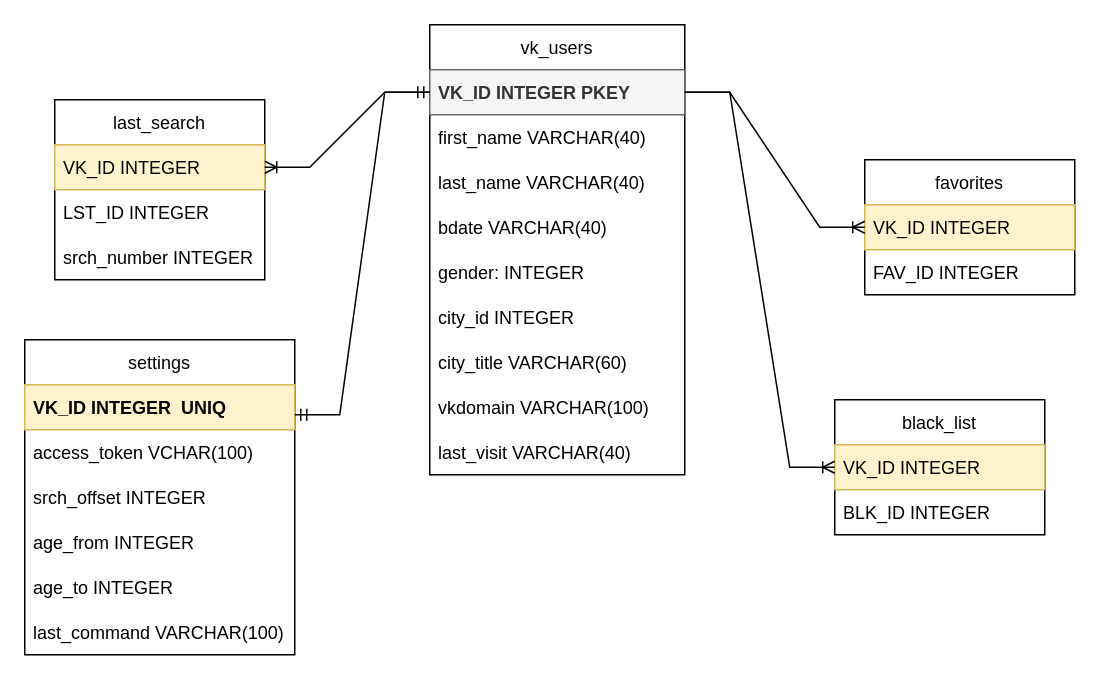
The draw.io diagram docs/DB_Vkinter.drawio in Garbuzenko/vkinder_mikhail, before the edit. Source tidied: cells renumbered, new cells numbered last; positions are measured from the earlier drawing's top-left corner, leaving out a move shared by most shapes. Both pictures are drawn from the tidied source at 150%, with x=0, y=0 at pixel (24, 24).
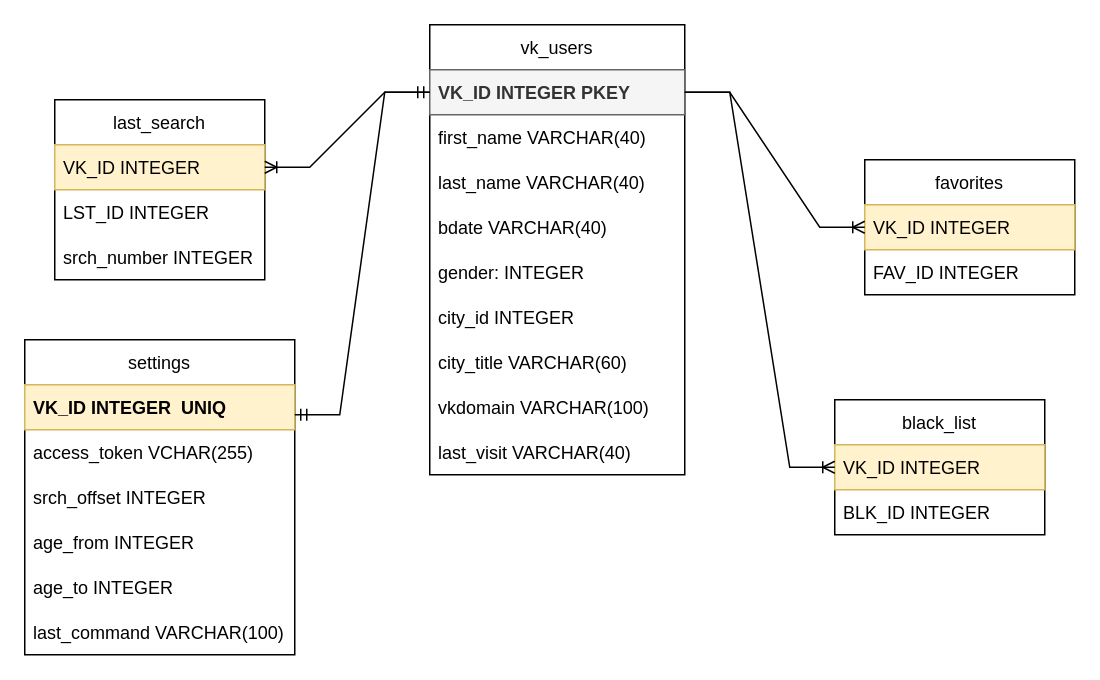
The same diagram, later.

The change refers to these unchanged cells:
```xml
<mxCell id="25" value="settings" style="swimlane;fontStyle=0;horizontal=1;startSize=30;" parent="1" vertex="1">
  <mxGeometry y="210" width="180" height="210" as="geometry" />
</mxCell>
```

The edit, as a diff of the source:
```diff
@@
-    <mxCell id="27" value="access_token VCHAR(100)" style="text;strokeColor=none;fillColor=none;align=left;verticalAlign=middle;spacingLeft=4;spacingRight=4;overflow=hidden;" parent="25" vertex="1">
+    <mxCell id="27" value="access_token VCHAR(255)" style="text;strokeColor=none;fillColor=none;align=left;verticalAlign=middle;spacingLeft=4;spacingRight=4;overflow=hidden;" parent="25" vertex="1">
       <mxGeometry y="60" width="180" height="30" as="geometry" />
     </mxCell>
```
